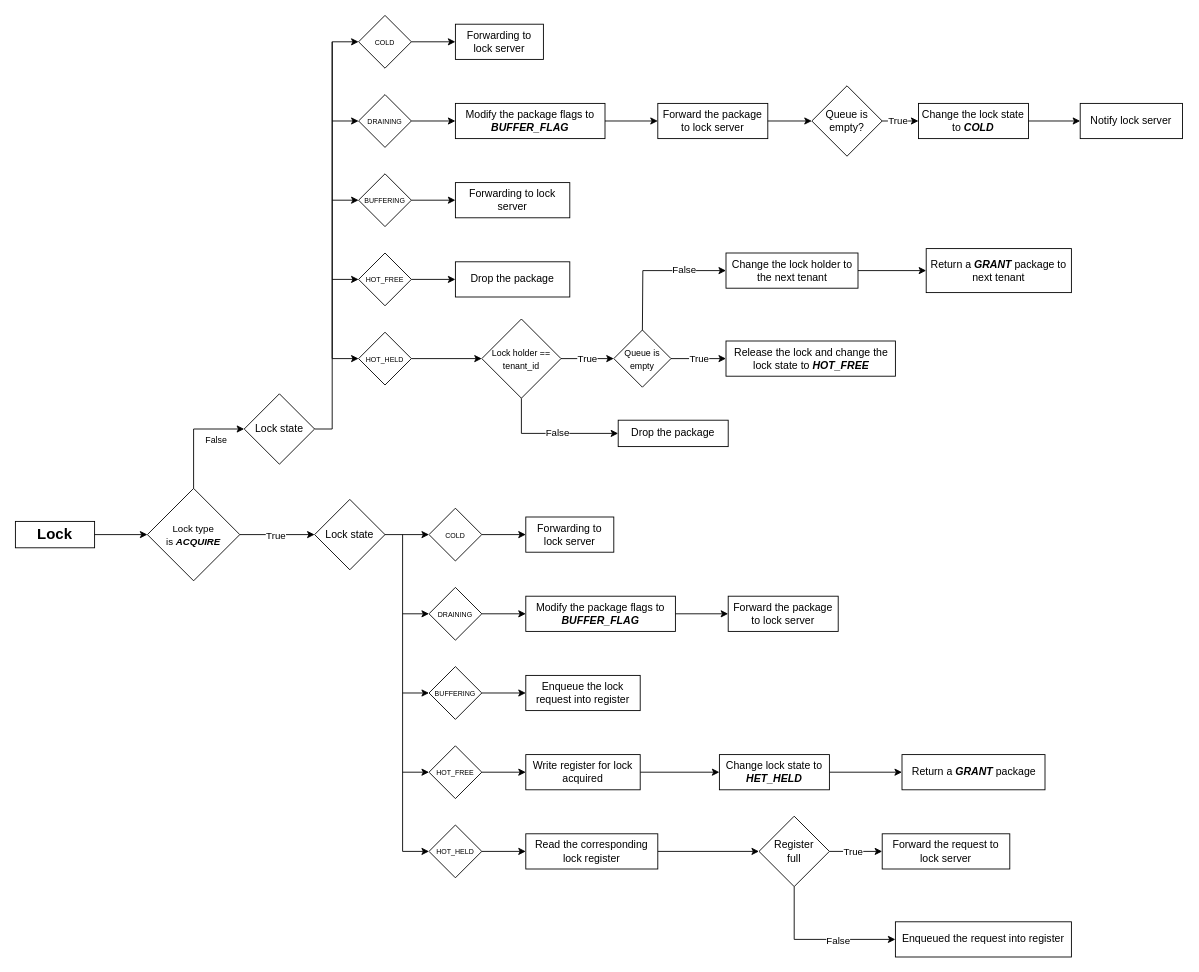
Earlier version of the draw.io diagram docs/diagram/ingress_packet_processing_flow.drawio (Chiang-Chen-An/multi-rack-netlock). Source tidied: cells renumbered, new cells numbered last; positions are measured from the earlier drawing's top-left corner, leaving out a move shared by most shapes. Both pictures are drawn from the tidied source at 88%, with x=0, y=0 at pixel (15, 15).
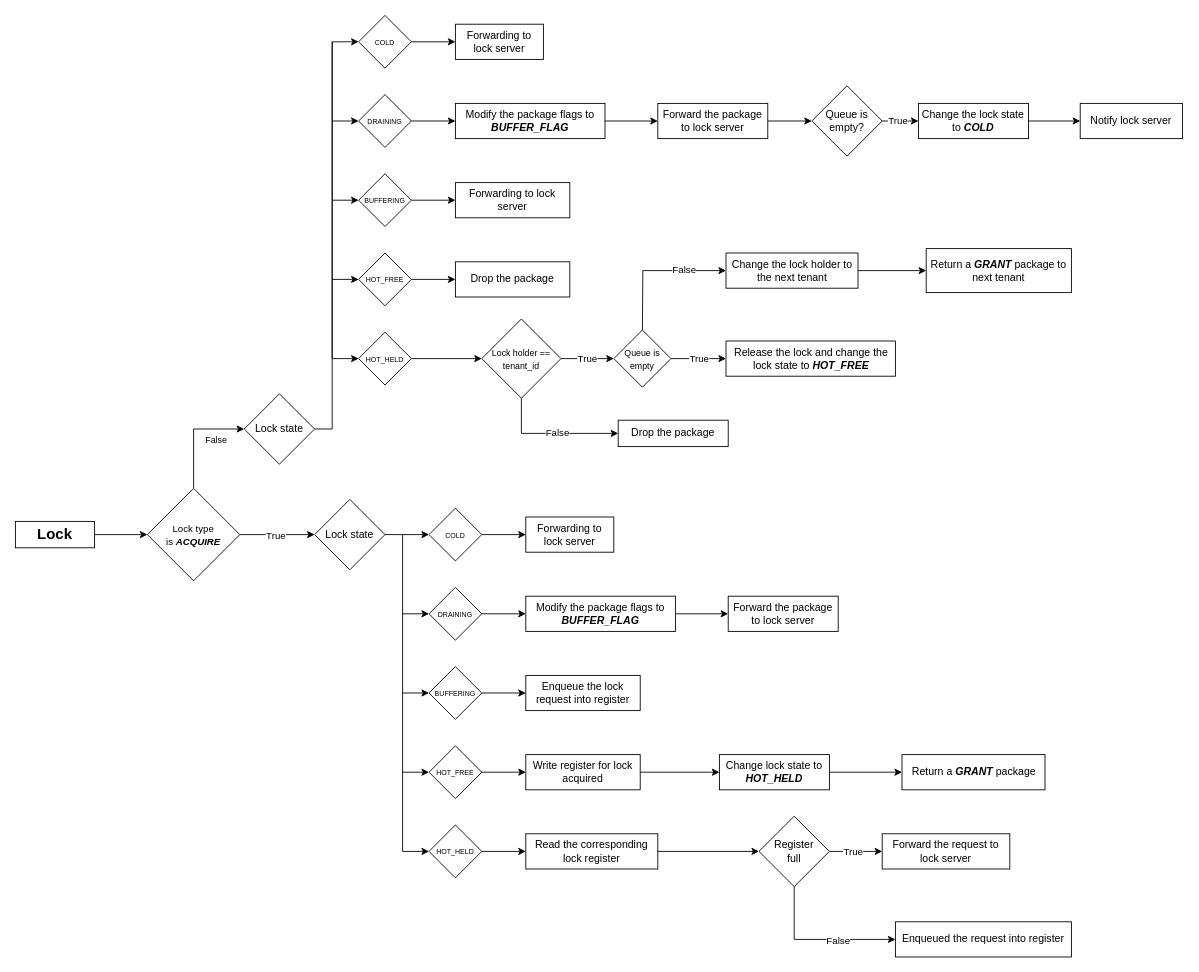
The same page after the edit.

What changed in the source:
```diff
@@
-    <mxCell id="29" value="Change lock state to &lt;b&gt;&lt;i&gt;HET_HELD&lt;/i&gt;&lt;/b&gt;" style="whiteSpace=wrap;html=1;" parent="1" vertex="1">
+    <mxCell id="29" value="Change lock state to &lt;b&gt;&lt;i&gt;HOT_HELD&lt;/i&gt;&lt;/b&gt;" style="whiteSpace=wrap;html=1;" parent="1" vertex="1">
       <mxGeometry x="800" y="840" width="125" height="40" as="geometry" />
     </mxCell>
```
